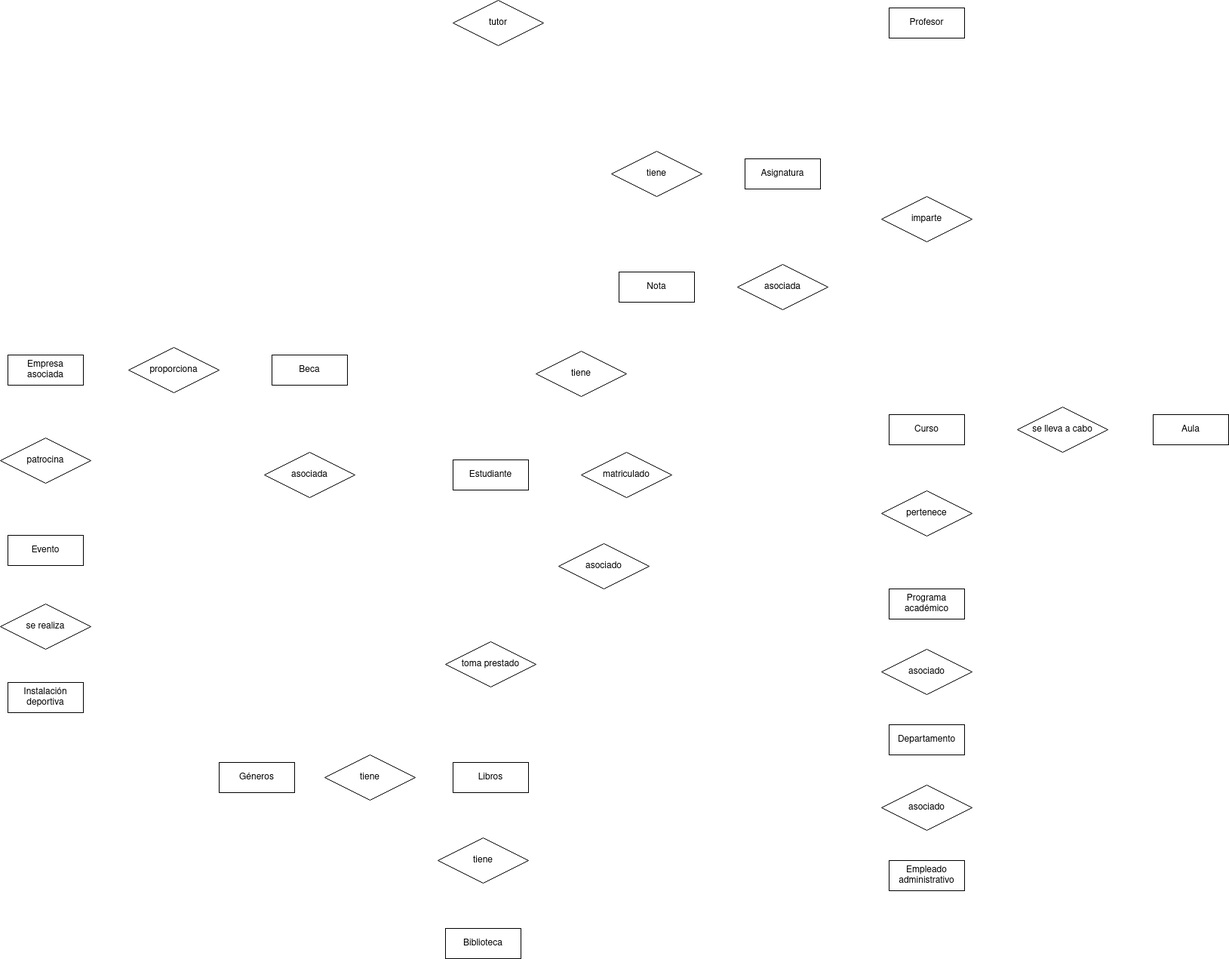
RafaelMayor/proyectoBBDD keeps this draw.io diagram as modelo-er/Modelo ER.drawio.png. Above is the earlier version. Source tidied: cells renumbered, new cells last; positions are measured from the earlier drawing's top-left corner, leaving out a move shared by most shapes.
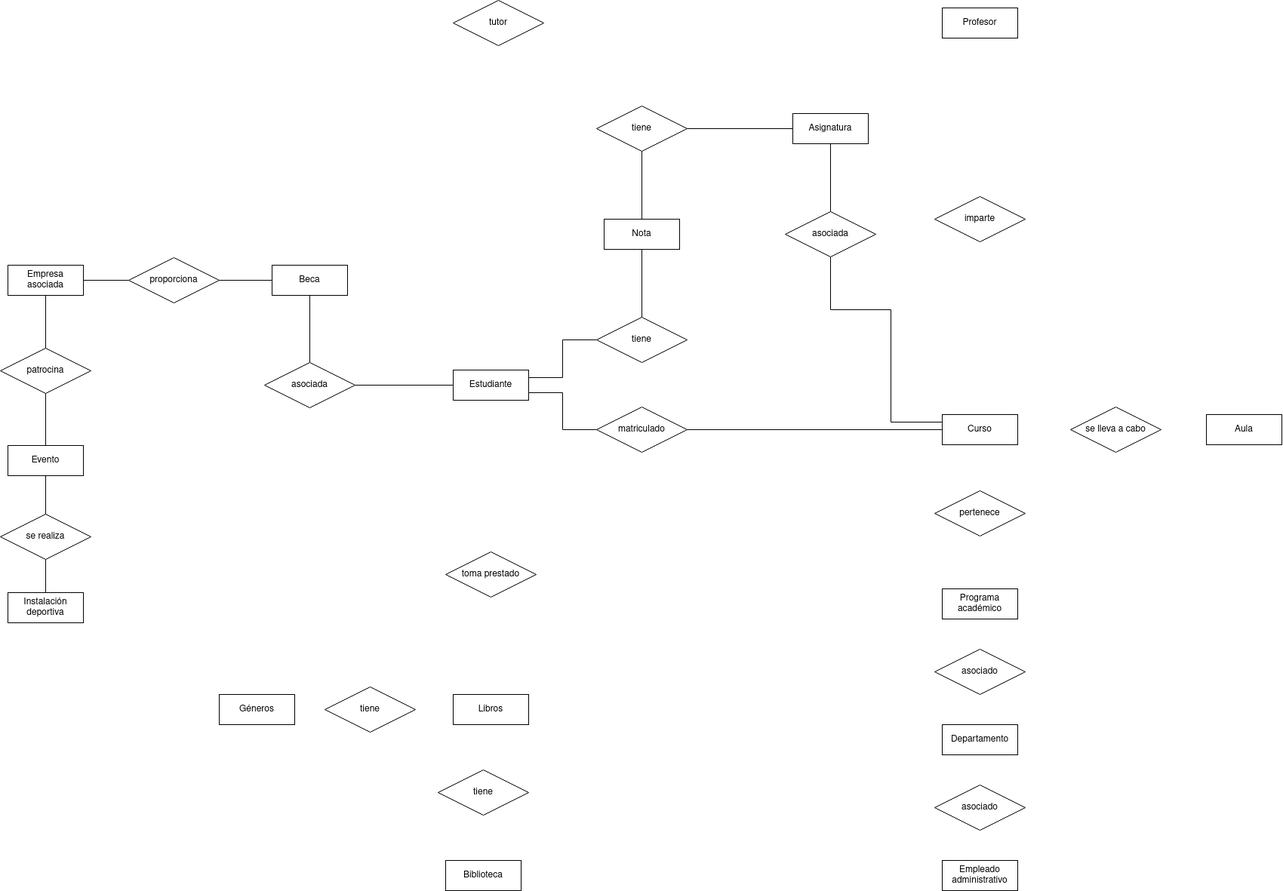
The same diagram one commit later.

Diff of the diagram source:
```diff
@@ -2,8 +2,14 @@
   <root>
     <mxCell id="0" />
     <mxCell id="1" parent="0" />
+    <mxCell id="36" style="edgeStyle=orthogonalEdgeStyle;rounded=0;jettySize=auto;html=1;entryX=0;entryY=0.5;entryDx=0;entryDy=0;exitX=1;exitY=0.25;exitDx=0;exitDy=0;endArrow=none;endFill=0;" parent="1" edge="1" source="2" target="35">
+      <mxGeometry relative="1" as="geometry" />
+    </mxCell>
+    <mxCell id="37" style="edgeStyle=orthogonalEdgeStyle;rounded=0;jettySize=auto;html=1;entryX=0;entryY=0.5;entryDx=0;entryDy=0;exitX=1;exitY=0.75;exitDx=0;exitDy=0;endArrow=none;endFill=0;" parent="1" edge="1" source="2" target="22">
+      <mxGeometry relative="1" as="geometry" />
+    </mxCell>
     <mxCell id="2" value="Estudiante" style="whiteSpace=wrap;html=1;align=center;" parent="1" vertex="1">
-      <mxGeometry x="600" y="609" width="100" height="40" as="geometry" />
+      <mxGeometry x="530" y="490" width="100" height="40" as="geometry" />
     </mxCell>
     <mxCell id="3" value="Profesor" style="whiteSpace=wrap;html=1;align=center;" parent="1" vertex="1">
       <mxGeometry x="1178" y="10" width="100" height="40" as="geometry" />
@@ -15,7 +21,7 @@
       <mxGeometry x="1178" y="549" width="100" height="40" as="geometry" />
     </mxCell>
     <mxCell id="6" value="Asignatura" style="whiteSpace=wrap;html=1;align=center;" parent="1" vertex="1">
-      <mxGeometry x="987" y="210" width="100" height="40" as="geometry" />
+      <mxGeometry x="980" y="150" width="100" height="40" as="geometry" />
     </mxCell>
     <mxCell id="7" value="Aula" style="whiteSpace=wrap;html=1;align=center;" parent="1" vertex="1">
       <mxGeometry x="1528" y="549" width="100" height="40" as="geometry" />
@@ -24,37 +30,43 @@
       <mxGeometry x="1178" y="960" width="100" height="40" as="geometry" />
     </mxCell>
     <mxCell id="9" value="Nota" style="whiteSpace=wrap;html=1;align=center;" parent="1" vertex="1">
-      <mxGeometry x="820" y="360" width="100" height="40" as="geometry" />
+      <mxGeometry x="730" y="290" width="100" height="40" as="geometry" />
     </mxCell>
     <mxCell id="10" value="Evento" style="whiteSpace=wrap;html=1;align=center;" parent="1" vertex="1">
-      <mxGeometry x="10" y="709" width="100" height="40" as="geometry" />
+      <mxGeometry x="-60" y="590" width="100" height="40" as="geometry" />
     </mxCell>
     <mxCell id="11" value="Beca" style="whiteSpace=wrap;html=1;align=center;" parent="1" vertex="1">
-      <mxGeometry x="360" y="470" width="100" height="40" as="geometry" />
+      <mxGeometry x="290" y="351" width="100" height="40" as="geometry" />
     </mxCell>
     <mxCell id="12" value="Biblioteca" style="whiteSpace=wrap;html=1;align=center;" parent="1" vertex="1">
-      <mxGeometry x="590" y="1230" width="100" height="40" as="geometry" />
+      <mxGeometry x="520" y="1140" width="100" height="40" as="geometry" />
     </mxCell>
     <mxCell id="13" value="Instalación deportiva" style="whiteSpace=wrap;html=1;align=center;" parent="1" vertex="1">
-      <mxGeometry x="10" y="904" width="100" height="40" as="geometry" />
+      <mxGeometry x="-60" y="785" width="100" height="40" as="geometry" />
     </mxCell>
     <mxCell id="14" value="Empleado administrativo" style="whiteSpace=wrap;html=1;align=center;" parent="1" vertex="1">
       <mxGeometry x="1178" y="1140" width="100" height="40" as="geometry" />
     </mxCell>
     <mxCell id="15" value="Empresa asociada" style="whiteSpace=wrap;html=1;align=center;" parent="1" vertex="1">
-      <mxGeometry x="10" y="470" width="100" height="40" as="geometry" />
+      <mxGeometry x="-60" y="351" width="100" height="40" as="geometry" />
     </mxCell>
-    <mxCell id="16" value="asociado" style="shape=rhombus;perimeter=rhombusPerimeter;whiteSpace=wrap;html=1;align=center;" parent="1" vertex="1">
-      <mxGeometry x="740" y="720" width="120" height="60" as="geometry" />
-    </mxCell>
     <mxCell id="17" value="pertenece" style="shape=rhombus;perimeter=rhombusPerimeter;whiteSpace=wrap;html=1;align=center;" parent="1" vertex="1">
       <mxGeometry x="1168" y="650" width="120" height="60" as="geometry" />
     </mxCell>
     <mxCell id="18" value="imparte" style="shape=rhombus;perimeter=rhombusPerimeter;whiteSpace=wrap;html=1;align=center;" parent="1" vertex="1">
       <mxGeometry x="1168" y="260" width="120" height="60" as="geometry" />
     </mxCell>
+    <mxCell id="38" style="edgeStyle=orthogonalEdgeStyle;rounded=0;jettySize=auto;html=1;entryX=0;entryY=0.25;entryDx=0;entryDy=0;endArrow=none;endFill=0;" parent="1" edge="1" source="19" target="5">
+      <mxGeometry relative="1" as="geometry">
+        <Array as="points">
+          <mxPoint x="1030" y="410" />
+          <mxPoint x="1110" y="410" />
+          <mxPoint x="1110" y="559" />
+        </Array>
+      </mxGeometry>
+    </mxCell>
     <mxCell id="19" value="asociada" style="shape=rhombus;perimeter=rhombusPerimeter;whiteSpace=wrap;html=1;align=center;" parent="1" vertex="1">
-      <mxGeometry x="977" y="350" width="120" height="60" as="geometry" />
+      <mxGeometry x="970" y="280" width="120" height="60" as="geometry" />
     </mxCell>
     <mxCell id="20" value="se lleva a cabo" style="shape=rhombus;perimeter=rhombusPerimeter;whiteSpace=wrap;html=1;align=center;" parent="1" vertex="1">
       <mxGeometry x="1348" y="539" width="120" height="60" as="geometry" />
@@ -62,47 +74,86 @@
     <mxCell id="21" value="asociado" style="shape=rhombus;perimeter=rhombusPerimeter;whiteSpace=wrap;html=1;align=center;" parent="1" vertex="1">
       <mxGeometry x="1168" y="860" width="120" height="60" as="geometry" />
     </mxCell>
+    <mxCell id="39" style="edgeStyle=orthogonalEdgeStyle;rounded=0;jettySize=auto;html=1;entryX=0;entryY=0.5;entryDx=0;entryDy=0;endArrow=none;endFill=0;" parent="1" edge="1" source="22" target="5">
+      <mxGeometry relative="1" as="geometry" />
+    </mxCell>
     <mxCell id="22" value="matriculado" style="shape=rhombus;perimeter=rhombusPerimeter;whiteSpace=wrap;html=1;align=center;" parent="1" vertex="1">
-      <mxGeometry x="770" y="599" width="120" height="60" as="geometry" />
+      <mxGeometry x="720" y="539" width="120" height="60" as="geometry" />
     </mxCell>
     <mxCell id="23" value="patrocina" style="shape=rhombus;perimeter=rhombusPerimeter;whiteSpace=wrap;html=1;align=center;" parent="1" vertex="1">
-      <mxGeometry y="580" width="120" height="60" as="geometry" />
+      <mxGeometry x="-70" y="461" width="120" height="60" as="geometry" />
     </mxCell>
     <mxCell id="24" value="proporciona" style="shape=rhombus;perimeter=rhombusPerimeter;whiteSpace=wrap;html=1;align=center;" parent="1" vertex="1">
-      <mxGeometry x="170" y="460" width="120" height="60" as="geometry" />
+      <mxGeometry x="100" y="341" width="120" height="60" as="geometry" />
     </mxCell>
     <mxCell id="25" value="asociada" style="shape=rhombus;perimeter=rhombusPerimeter;whiteSpace=wrap;html=1;align=center;" parent="1" vertex="1">
-      <mxGeometry x="350" y="599" width="120" height="60" as="geometry" />
+      <mxGeometry x="280" y="480" width="120" height="60" as="geometry" />
     </mxCell>
     <mxCell id="26" value="Libros" style="whiteSpace=wrap;html=1;align=center;" parent="1" vertex="1">
-      <mxGeometry x="600" y="1010" width="100" height="40" as="geometry" />
+      <mxGeometry x="530" y="920" width="100" height="40" as="geometry" />
     </mxCell>
     <mxCell id="27" value="tiene" style="shape=rhombus;perimeter=rhombusPerimeter;whiteSpace=wrap;html=1;align=center;" parent="1" vertex="1">
-      <mxGeometry x="580" y="1110" width="120" height="60" as="geometry" />
+      <mxGeometry x="510" y="1020" width="120" height="60" as="geometry" />
     </mxCell>
     <mxCell id="28" value="tiene" style="shape=rhombus;perimeter=rhombusPerimeter;whiteSpace=wrap;html=1;align=center;" parent="1" vertex="1">
-      <mxGeometry x="430" y="1000" width="120" height="60" as="geometry" />
+      <mxGeometry x="360" y="910" width="120" height="60" as="geometry" />
     </mxCell>
     <mxCell id="29" value="Géneros" style="whiteSpace=wrap;html=1;align=center;" parent="1" vertex="1">
-      <mxGeometry x="290" y="1010" width="100" height="40" as="geometry" />
+      <mxGeometry x="220" y="920" width="100" height="40" as="geometry" />
     </mxCell>
     <mxCell id="30" value="asociado" style="shape=rhombus;perimeter=rhombusPerimeter;whiteSpace=wrap;html=1;align=center;" parent="1" vertex="1">
       <mxGeometry x="1168" y="1040" width="120" height="60" as="geometry" />
     </mxCell>
     <mxCell id="31" value="se realiza" style="shape=rhombus;perimeter=rhombusPerimeter;whiteSpace=wrap;html=1;align=center;" parent="1" vertex="1">
-      <mxGeometry y="800" width="120" height="60" as="geometry" />
+      <mxGeometry x="-70" y="681" width="120" height="60" as="geometry" />
     </mxCell>
     <mxCell id="32" value="tutor" style="shape=rhombus;perimeter=rhombusPerimeter;whiteSpace=wrap;html=1;align=center;" parent="1" vertex="1">
-      <mxGeometry x="600" width="120" height="60" as="geometry" />
+      <mxGeometry x="530" width="120" height="60" as="geometry" />
     </mxCell>
     <mxCell id="33" value="toma prestado" style="shape=rhombus;perimeter=rhombusPerimeter;whiteSpace=wrap;html=1;align=center;" parent="1" vertex="1">
-      <mxGeometry x="590" y="850" width="120" height="60" as="geometry" />
+      <mxGeometry x="520" y="731" width="120" height="60" as="geometry" />
     </mxCell>
     <mxCell id="34" value="tiene" style="shape=rhombus;perimeter=rhombusPerimeter;whiteSpace=wrap;html=1;align=center;" parent="1" vertex="1">
-      <mxGeometry x="810" y="200" width="120" height="60" as="geometry" />
+      <mxGeometry x="720" y="140" width="120" height="60" as="geometry" />
     </mxCell>
     <mxCell id="35" value="tiene" style="shape=rhombus;perimeter=rhombusPerimeter;whiteSpace=wrap;html=1;align=center;" parent="1" vertex="1">
-      <mxGeometry x="710" y="465" width="120" height="60" as="geometry" />
+      <mxGeometry x="720" y="420" width="120" height="60" as="geometry" />
     </mxCell>
+    <mxCell id="40" style="endArrow=none;html=1;rounded=0;entryX=0.5;entryY=1;entryDx=0;entryDy=0;exitX=0.5;exitY=0;exitDx=0;exitDy=0;" parent="1" edge="1" source="31" target="10">
+      <mxGeometry relative="1" as="geometry" />
+    </mxCell>
+    <mxCell id="41" style="endArrow=none;html=1;rounded=0;entryX=0.5;entryY=1;entryDx=0;entryDy=0;exitX=0.5;exitY=0;exitDx=0;exitDy=0;" parent="1" edge="1" source="13" target="31">
+      <mxGeometry relative="1" as="geometry" />
+    </mxCell>
+    <mxCell id="42" style="endArrow=none;html=1;rounded=0;entryX=0.5;entryY=1;entryDx=0;entryDy=0;exitX=0.5;exitY=0;exitDx=0;exitDy=0;" parent="1" edge="1" source="10" target="23">
+      <mxGeometry relative="1" as="geometry" />
+    </mxCell>
+    <mxCell id="43" style="endArrow=none;html=1;rounded=0;entryX=0.5;entryY=1;entryDx=0;entryDy=0;exitX=0.5;exitY=0;exitDx=0;exitDy=0;" parent="1" edge="1" source="23" target="15">
+      <mxGeometry relative="1" as="geometry" />
+    </mxCell>
+    <mxCell id="44" style="endArrow=none;html=1;rounded=0;entryX=0;entryY=0.5;entryDx=0;entryDy=0;exitX=1;exitY=0.5;exitDx=0;exitDy=0;" parent="1" edge="1" source="15" target="24">
+      <mxGeometry relative="1" as="geometry" />
+    </mxCell>
+    <mxCell id="45" style="endArrow=none;html=1;rounded=0;entryX=0;entryY=0.5;entryDx=0;entryDy=0;exitX=1;exitY=0.5;exitDx=0;exitDy=0;" parent="1" edge="1" source="24" target="11">
+      <mxGeometry relative="1" as="geometry" />
+    </mxCell>
+    <mxCell id="46" style="endArrow=none;html=1;rounded=0;entryX=0.5;entryY=1;entryDx=0;entryDy=0;exitX=0.5;exitY=0;exitDx=0;exitDy=0;" parent="1" edge="1" source="25" target="11">
+      <mxGeometry relative="1" as="geometry" />
+    </mxCell>
+    <mxCell id="47" style="endArrow=none;html=1;rounded=0;entryX=1;entryY=0.5;entryDx=0;entryDy=0;exitX=0;exitY=0.5;exitDx=0;exitDy=0;" parent="1" edge="1" source="2" target="25">
+      <mxGeometry relative="1" as="geometry" />
+    </mxCell>
+    <mxCell id="48" style="endArrow=none;html=1;rounded=0;entryX=0.5;entryY=1;entryDx=0;entryDy=0;exitX=0.5;exitY=0;exitDx=0;exitDy=0;" parent="1" edge="1" source="35" target="9">
+      <mxGeometry relative="1" as="geometry" />
+    </mxCell>
+    <mxCell id="49" style="endArrow=none;html=1;rounded=0;entryX=0.5;entryY=0;entryDx=0;entryDy=0;exitX=0.5;exitY=1;exitDx=0;exitDy=0;" parent="1" edge="1" source="34" target="9">
+      <mxGeometry relative="1" as="geometry" />
+    </mxCell>
+    <mxCell id="50" style="endArrow=none;html=1;rounded=0;entryX=0;entryY=0.5;entryDx=0;entryDy=0;exitX=1;exitY=0.5;exitDx=0;exitDy=0;" parent="1" edge="1" source="34" target="6">
+      <mxGeometry relative="1" as="geometry" />
+    </mxCell>
+    <mxCell id="51" style="endArrow=none;html=1;rounded=0;entryX=0.5;entryY=1;entryDx=0;entryDy=0;exitX=0.5;exitY=0;exitDx=0;exitDy=0;" parent="1" edge="1" source="19" target="6">
+      <mxGeometry relative="1" as="geometry" />
+    </mxCell>
   </root>
 </mxGraphModel>
```
